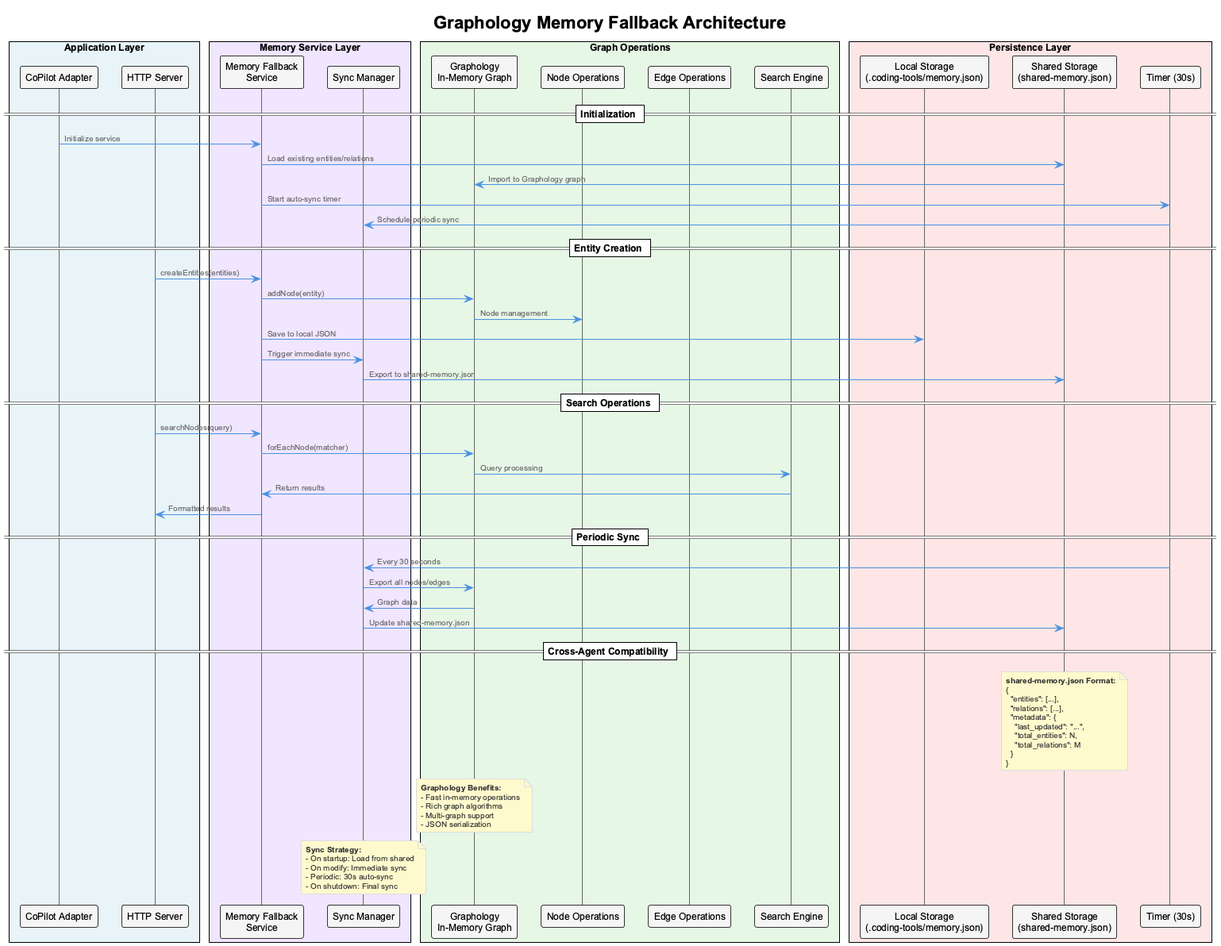
This is docs/images/Graphology Memory Architecture.png from fwornle/coding, a PlantUML export, as it was before one commit. Source of this version:
```plantuml
@startuml Graphology Memory Architecture
!include _standard-style.puml


title Graphology Memory Fallback Architecture

box "Application Layer" #E8F4F8
    participant "CoPilot Adapter" as Adapter
    participant "HTTP Server" as HTTP
end box

box "Memory Service Layer" #F0E6FF
    participant "Memory Fallback\nService" as Service
    participant "Sync Manager" as Sync
end box

box "Graph Operations" #E6F7E6
    participant "Graphology\nIn-Memory Graph" as Graph
    participant "Node Operations" as Nodes
    participant "Edge Operations" as Edges
    participant "Search Engine" as Search
end box

box "Persistence Layer" #FFE6E6
    participant "Local Storage\n(.coding-tools/memory.json)" as Local
    participant "Shared Storage\n(shared-memory.json)" as Shared
    participant "Timer (30s)" as Timer
end box

== Initialization ==
Adapter -> Service: Initialize service
Service -> Shared: Load existing entities/relations
Shared -> Graph: Import to Graphology graph
Service -> Timer: Start auto-sync timer
Timer -> Sync: Schedule periodic sync

== Entity Creation ==
HTTP -> Service: createEntities(entities)
Service -> Graph: addNode(entity)
Graph -> Nodes: Node management
Service -> Local: Save to local JSON
Service -> Sync: Trigger immediate sync
Sync -> Shared: Export to shared-memory.json

== Search Operations ==
HTTP -> Service: searchNodes(query)
Service -> Graph: forEachNode(matcher)
Graph -> Search: Query processing
Search -> Service: Return results
Service -> HTTP: Formatted results

== Periodic Sync ==
Timer -> Sync: Every 30 seconds
Sync -> Graph: Export all nodes/edges
Graph -> Sync: Graph data
Sync -> Shared: Update shared-memory.json

== Cross-Agent Compatibility ==
note over Shared
    **shared-memory.json Format:**
    {
      "entities": [...],
      "relations": [...],
      "metadata": {
        "last_updated": "...",
        "total_entities": N,
        "total_relations": M
      }
    }
end note

note over Graph
    **Graphology Benefits:**
    - Fast in-memory operations
    - Rich graph algorithms
    - Multi-graph support
    - JSON serialization
end note

note over Sync
    **Sync Strategy:**
    - On startup: Load from shared
    - On modify: Immediate sync
    - Periodic: 30s auto-sync
    - On shutdown: Final sync
end note

@enduml
```
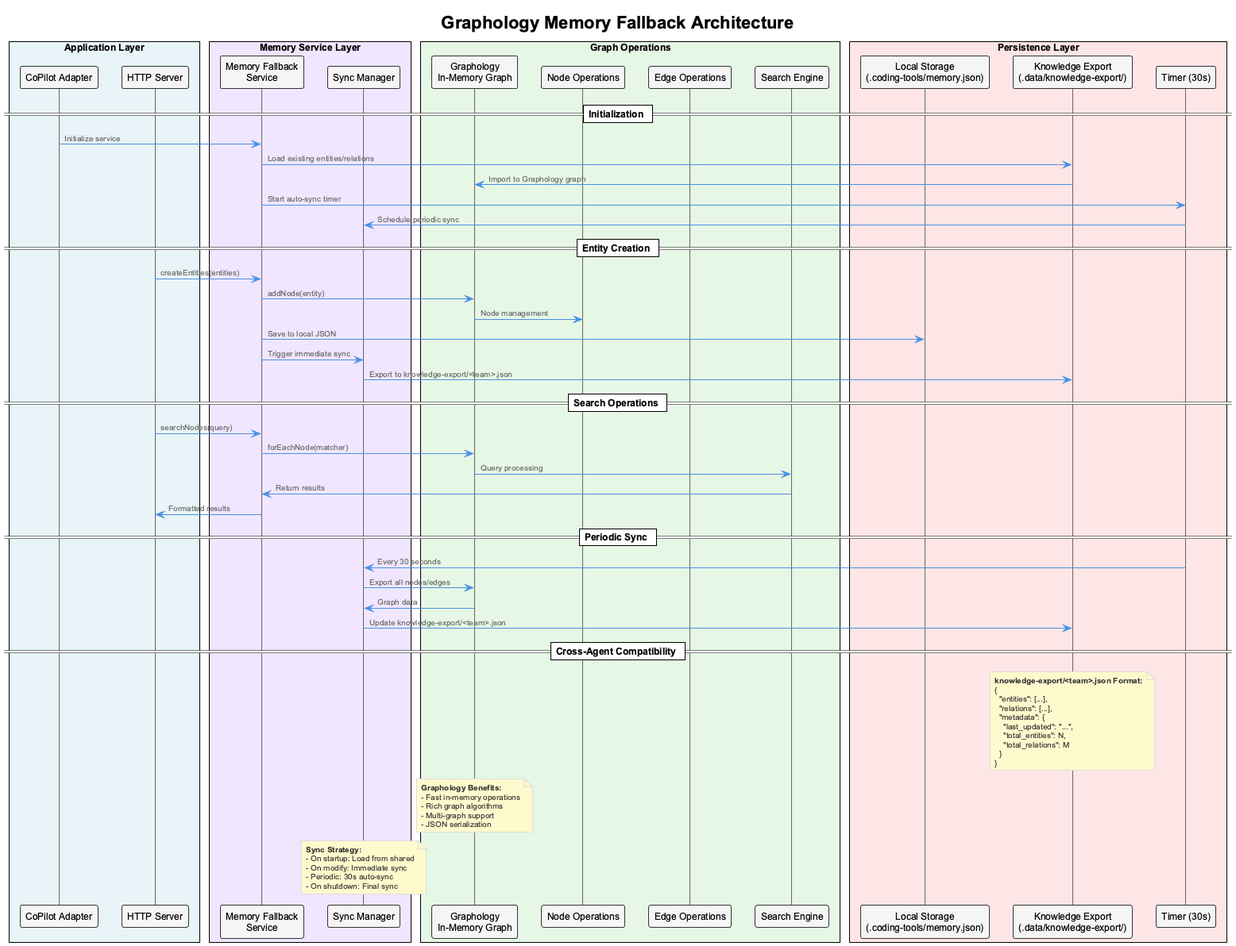
After the commit.

The edit, as a diff of the source:
```diff
@@ -23,7 +23,7 @@
 
 box "Persistence Layer" #FFE6E6
     participant "Local Storage\n(.coding-tools/memory.json)" as Local
-    participant "Shared Storage\n(shared-memory.json)" as Shared
+    participant "Knowledge Export\n(.data/knowledge-export/)" as Shared
     participant "Timer (30s)" as Timer
 end box
 
@@ -40,7 +40,7 @@
 Graph -> Nodes: Node management
 Service -> Local: Save to local JSON
 Service -> Sync: Trigger immediate sync
-Sync -> Shared: Export to shared-memory.json
+Sync -> Shared: Export to knowledge-export/<team>.json
 
 == Search Operations ==
 HTTP -> Service: searchNodes(query)
@@ -53,11 +53,11 @@
 Timer -> Sync: Every 30 seconds
 Sync -> Graph: Export all nodes/edges
 Graph -> Sync: Graph data
-Sync -> Shared: Update shared-memory.json
+Sync -> Shared: Update knowledge-export/<team>.json
 
 == Cross-Agent Compatibility ==
 note over Shared
-    **shared-memory.json Format:**
+    **knowledge-export/<team>.json Format:**
     {
       "entities": [...],
       "relations": [...],
```
